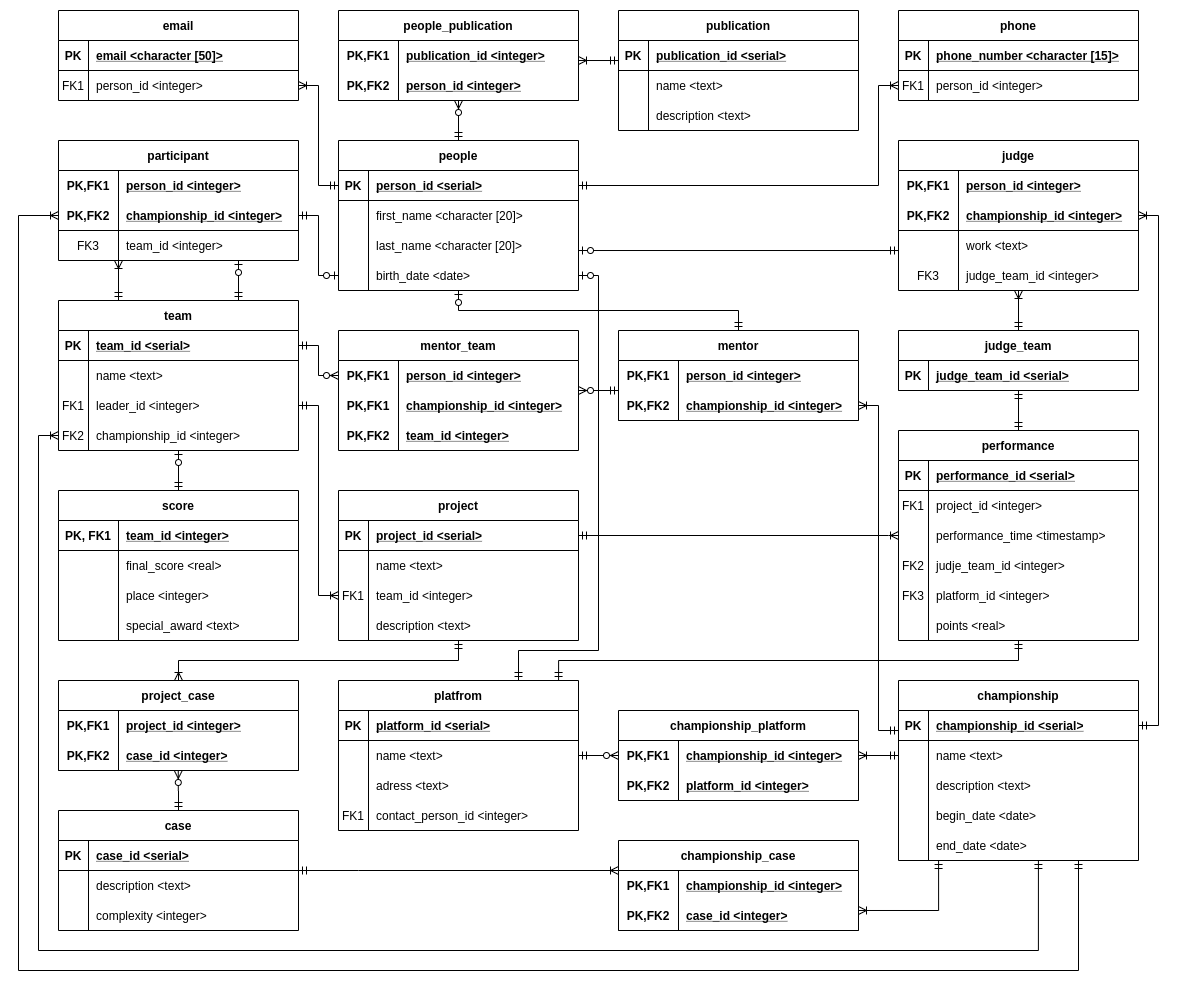
The draw.io diagram images/ER-diagram.png in tolikttaaa/CourseProject_ISBD, before a commit. Source tidied: cells renumbered, new cells last; positions are measured from the earlier drawing's top-left corner, leaving out a move shared by most shapes.
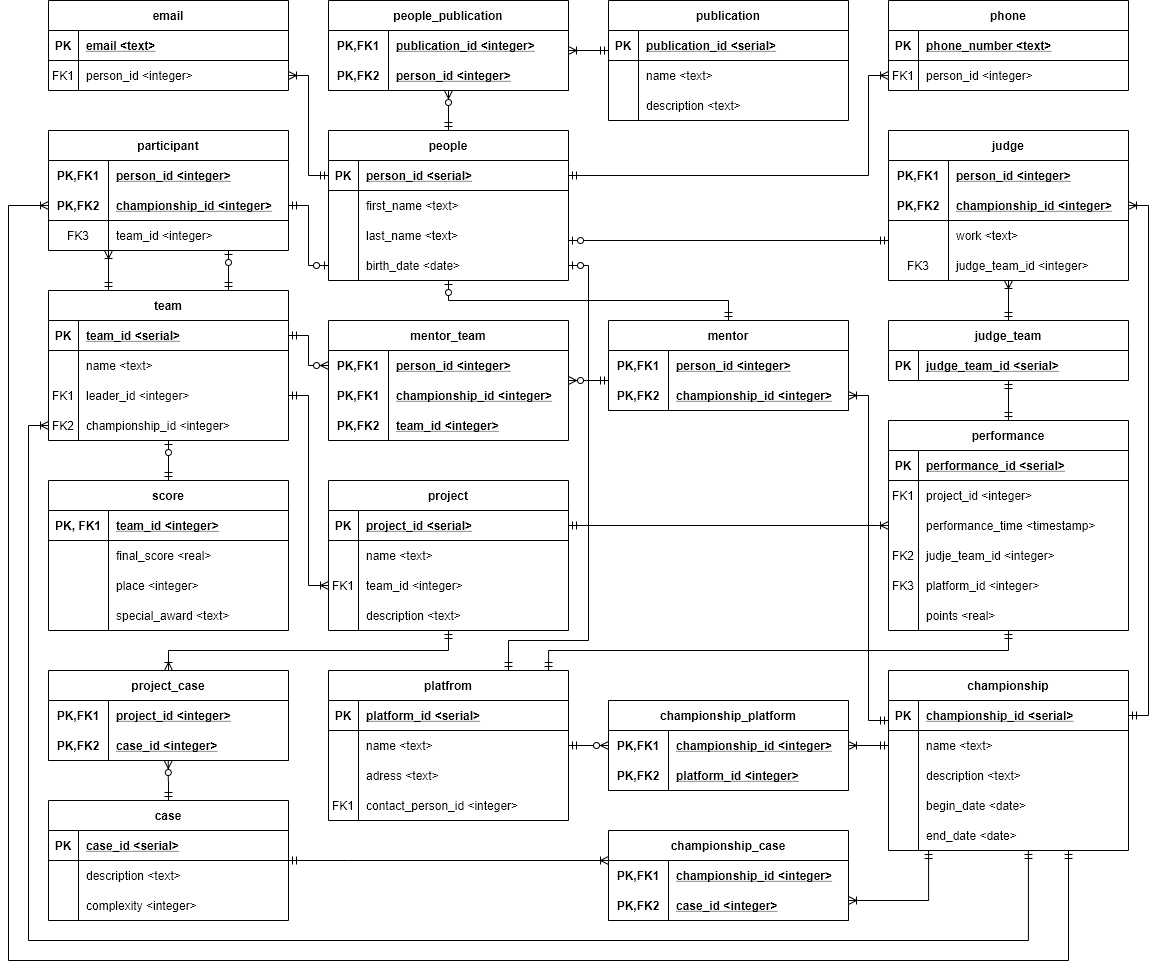
After the commit.

Change to the diagram source:
```diff
@@ -119,7 +119,7 @@
     <mxCell id="21" value="PK" style="shape=partialRectangle;fillColor=none;top=0;left=0;bottom=0;right=0;fontStyle=1;overflow=hidden;" parent="20" vertex="1">
       <mxGeometry width="30" height="30" as="geometry" />
     </mxCell>
-    <mxCell id="22" value="email &lt;character [50]&gt;" style="shape=partialRectangle;fillColor=none;top=0;left=0;bottom=0;right=0;align=left;spacingLeft=6;fontStyle=5;overflow=hidden;" parent="20" vertex="1">
+    <mxCell id="22" value="email &lt;text&gt;" style="shape=partialRectangle;fillColor=none;top=0;left=0;bottom=0;right=0;align=left;spacingLeft=6;fontStyle=5;overflow=hidden;" parent="20" vertex="1">
       <mxGeometry x="30" width="210" height="30" as="geometry" />
     </mxCell>
     <mxCell id="23" style="shape=partialRectangle;fillColor=none;top=0;left=0;bottom=0;right=0;points=[[0,0.5],[1,0.5]];portConstraint=eastwest;" parent="19" vertex="1">
@@ -293,7 +293,7 @@
     <mxCell id="79" style="shape=partialRectangle;fillColor=none;top=0;left=0;bottom=0;right=0;overflow=hidden;" parent="78" vertex="1">
       <mxGeometry width="30" height="30" as="geometry" />
     </mxCell>
-    <mxCell id="80" value="first_name &lt;character [20]&gt;" style="shape=partialRectangle;fillColor=none;top=0;left=0;bottom=0;right=0;align=left;spacingLeft=6;overflow=hidden;" parent="78" vertex="1">
+    <mxCell id="80" value="first_name &lt;text&gt;" style="shape=partialRectangle;fillColor=none;top=0;left=0;bottom=0;right=0;align=left;spacingLeft=6;overflow=hidden;" parent="78" vertex="1">
       <mxGeometry x="30" width="210" height="30" as="geometry" />
     </mxCell>
     <mxCell id="81" style="shape=partialRectangle;fillColor=none;top=0;left=0;bottom=0;right=0;points=[[0,0.5],[1,0.5]];portConstraint=eastwest;" parent="74" vertex="1">
@@ -302,7 +302,7 @@
     <mxCell id="82" style="shape=partialRectangle;fillColor=none;top=0;left=0;bottom=0;right=0;overflow=hidden;" parent="81" vertex="1">
       <mxGeometry width="30" height="30" as="geometry" />
     </mxCell>
-    <mxCell id="83" value="last_name &lt;character [20]&gt;" style="shape=partialRectangle;fillColor=none;top=0;left=0;bottom=0;right=0;align=left;spacingLeft=6;overflow=hidden;" parent="81" vertex="1">
+    <mxCell id="83" value="last_name &lt;text&gt;" style="shape=partialRectangle;fillColor=none;top=0;left=0;bottom=0;right=0;align=left;spacingLeft=6;overflow=hidden;" parent="81" vertex="1">
       <mxGeometry x="30" width="210" height="30" as="geometry" />
     </mxCell>
     <mxCell id="84" style="shape=partialRectangle;fillColor=none;top=0;left=0;bottom=0;right=0;points=[[0,0.5],[1,0.5]];portConstraint=eastwest;" parent="74" vertex="1">
@@ -611,7 +611,7 @@
     <mxCell id="185" value="PK" style="shape=partialRectangle;fillColor=none;top=0;left=0;bottom=0;right=0;fontStyle=1;overflow=hidden;" parent="184" vertex="1">
       <mxGeometry width="30" height="30" as="geometry" />
     </mxCell>
-    <mxCell id="186" value="phone_number &lt;character [15]&gt;" style="shape=partialRectangle;fillColor=none;top=0;left=0;bottom=0;right=0;align=left;spacingLeft=6;fontStyle=5;overflow=hidden;" parent="184" vertex="1">
+    <mxCell id="186" value="phone_number &lt;text&gt;" style="shape=partialRectangle;fillColor=none;top=0;left=0;bottom=0;right=0;align=left;spacingLeft=6;fontStyle=5;overflow=hidden;" parent="184" vertex="1">
       <mxGeometry x="30" width="210" height="30" as="geometry" />
     </mxCell>
     <mxCell id="187" style="shape=partialRectangle;fillColor=none;top=0;left=0;bottom=0;right=0;points=[[0,0.5],[1,0.5]];portConstraint=eastwest;" parent="183" vertex="1">
```
